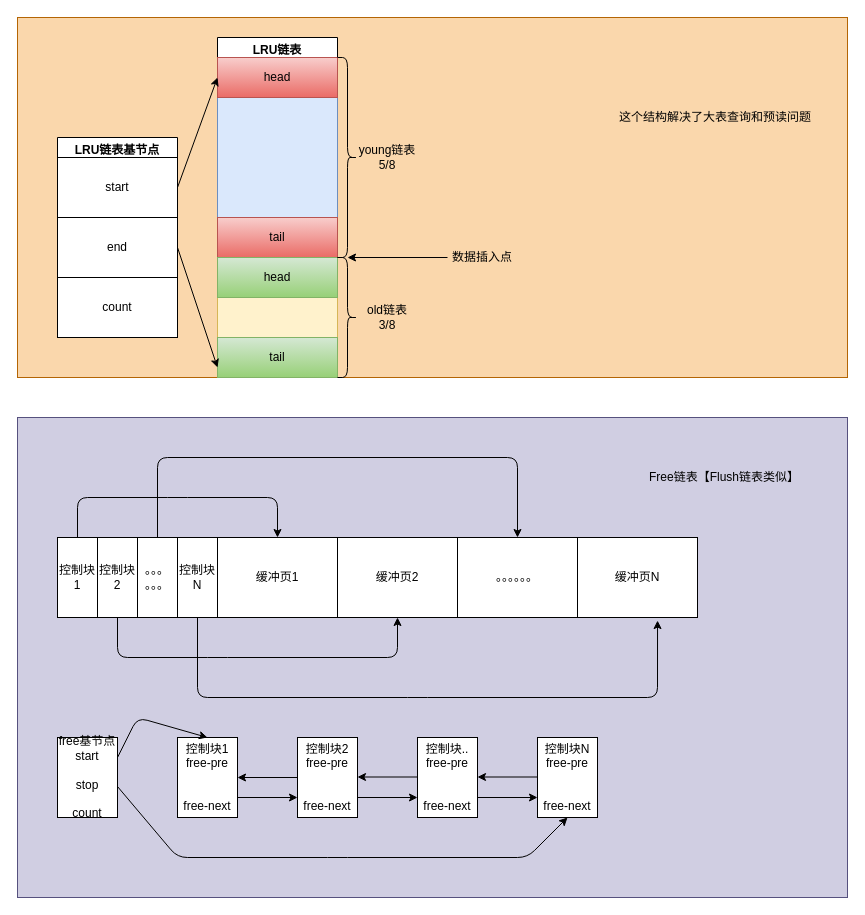
The draw.io diagram LRU.drawio in wqfgithub/drawio, before the edit. Source tidied: cells renumbered, new cells numbered last; positions are measured from the earlier drawing's top-left corner, leaving out a move shared by most shapes. Both pictures are drawn from the tidied source at 100%, with x=0, y=0 at pixel (17, 17).
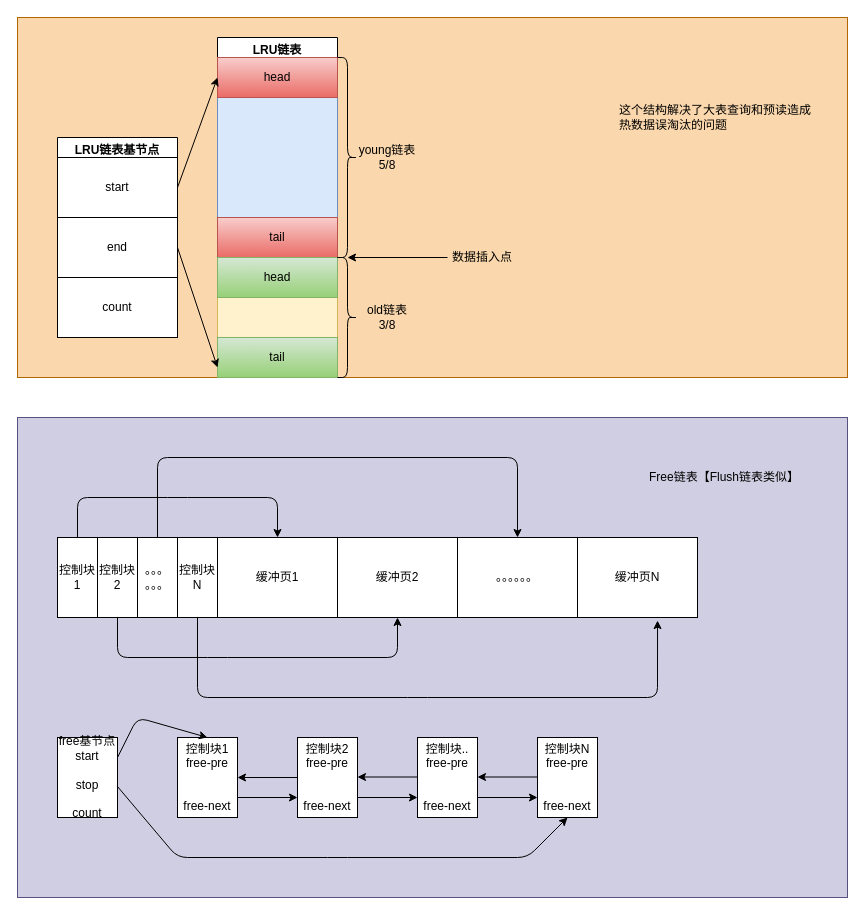
The same page after the edit.

Diff of the diagram source:
```diff
@@
-    <mxCell id="23" value="这个结构解决了大表查询和预读问题" style="text;html=1;strokeColor=none;fillColor=none;align=left;verticalAlign=middle;whiteSpace=wrap;rounded=0;" parent="1" vertex="1">
+    <mxCell id="23" value="这个结构解决了大表查询和预读造成热数据误淘汰的问题" style="text;html=1;strokeColor=none;fillColor=none;align=left;verticalAlign=middle;whiteSpace=wrap;rounded=0;" parent="1" vertex="1">
       <mxGeometry x="600" y="80" width="200" height="40" as="geometry" />
     </mxCell>
```
